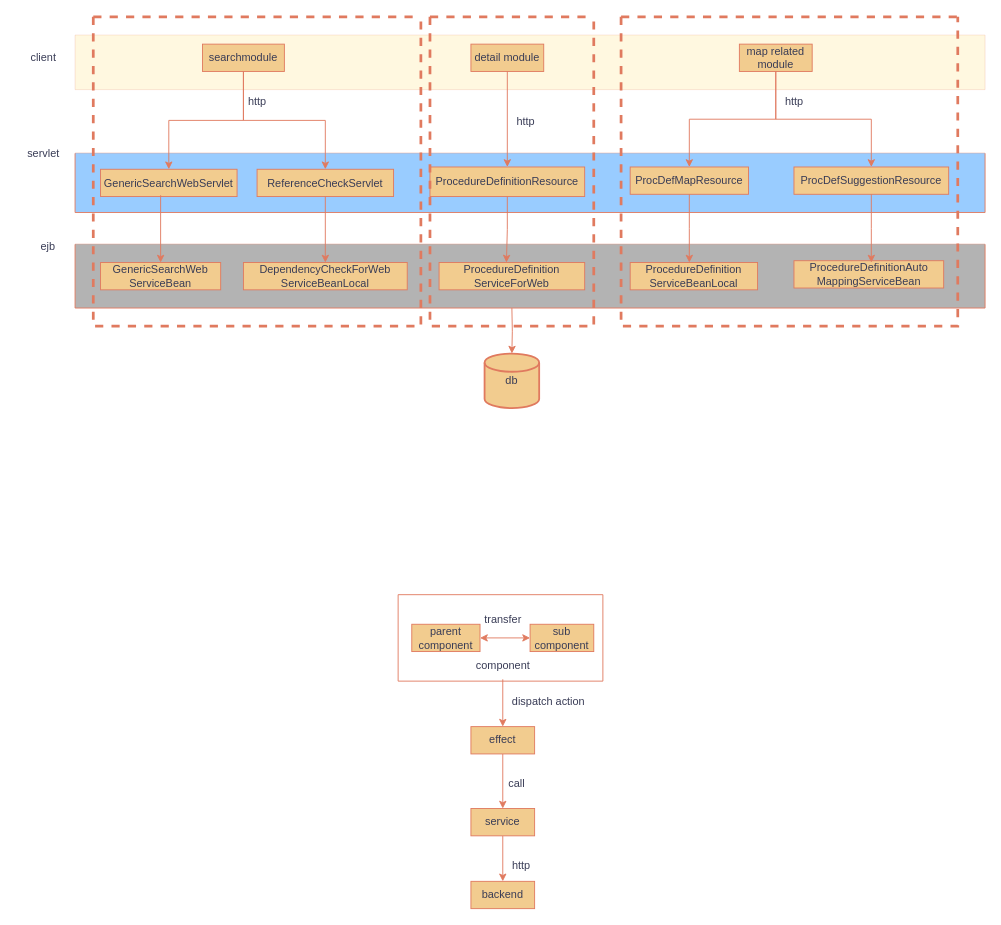
Earlier version of the draw.io diagram component.drawio (guo-fan/react_notes). Source tidied: cells renumbered, new cells numbered last; positions are measured from the earlier drawing's top-left corner, leaving out a move shared by most shapes. Both pictures are drawn from the tidied source at 91%, with x=0, y=0 at pixel (15, 16).
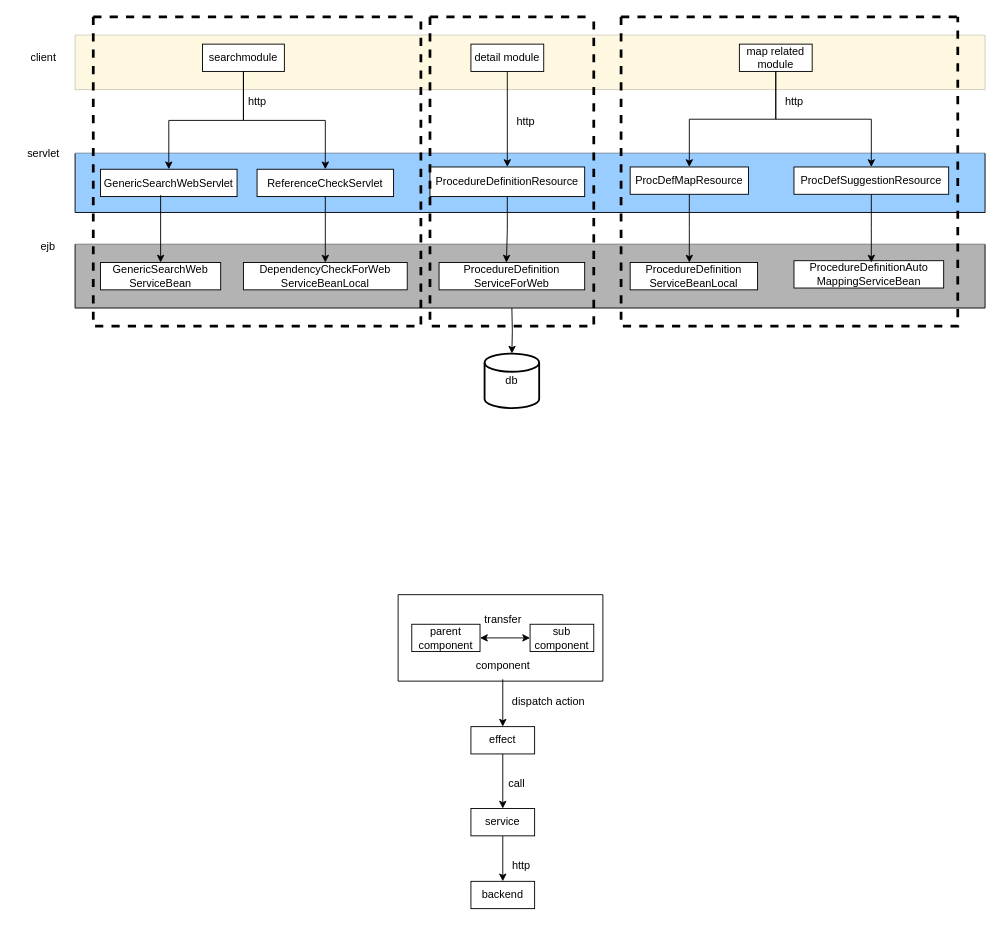
The same diagram, later.

What changed in the source:
```diff
@@
-    <mxCell id="2" style="swimlane;startSize=0;rounded=0;labelBackgroundColor=none;swimlaneFillColor=#FFD966;fillStyle=auto;shadow=0;textShadow=0;glass=0;opacity=20;fillColor=#F2CC8F;strokeColor=#E07A5F;fontColor=#393C56;" parent="1" vertex="1">
+    <mxCell id="2" style="swimlane;startSize=0;rounded=0;labelBackgroundColor=none;swimlaneFillColor=#FFD966;fillStyle=auto;shadow=0;textShadow=0;glass=0;opacity=20;" parent="1" vertex="1">
       <mxGeometry x="65" y="20" width="1000" height="60" as="geometry" />
     </mxCell>
-    <mxCell id="3" value="searchmodule" style="rounded=0;whiteSpace=wrap;html=1;labelBackgroundColor=none;fillColor=#F2CC8F;strokeColor=#E07A5F;fontColor=#393C56;" parent="2" vertex="1">
+    <mxCell id="3" value="searchmodule" style="rounded=0;whiteSpace=wrap;html=1;labelBackgroundColor=none;" parent="2" vertex="1">
       <mxGeometry x="140" y="10" width="90" height="30" as="geometry" />
     </mxCell>
-    <mxCell id="4" value="detail module" style="rounded=0;whiteSpace=wrap;html=1;labelBackgroundColor=none;fillColor=#F2CC8F;strokeColor=#E07A5F;fontColor=#393C56;" parent="2" vertex="1">
+    <mxCell id="4" value="detail module" style="rounded=0;whiteSpace=wrap;html=1;labelBackgroundColor=none;" parent="2" vertex="1">
       <mxGeometry x="435" y="10" width="80" height="30" as="geometry" />
     </mxCell>
-    <mxCell id="5" value="map related module" style="rounded=0;whiteSpace=wrap;html=1;labelBackgroundColor=none;fillColor=#F2CC8F;strokeColor=#E07A5F;fontColor=#393C56;" parent="2" vertex="1">
+    <mxCell id="5" value="map related module" style="rounded=0;whiteSpace=wrap;html=1;labelBackgroundColor=none;" parent="2" vertex="1">
       <mxGeometry x="730" y="10" width="80" height="30" as="geometry" />
     </mxCell>
-    <mxCell id="6" value="client" style="text;html=1;align=center;verticalAlign=middle;strokeColor=none;fillColor=none;rounded=0;labelBackgroundColor=none;fontColor=#393C56;" parent="1" vertex="1">
+    <mxCell id="6" value="client" style="text;html=1;align=center;verticalAlign=middle;strokeColor=none;fillColor=none;rounded=0;labelBackgroundColor=none;" parent="1" vertex="1">
       <mxGeometry x="5" y="30" width="50" height="30" as="geometry" />
     </mxCell>
-    <mxCell id="7" style="swimlane;startSize=0;rounded=0;labelBackgroundColor=none;swimlaneFillColor=#99CCFF;fillColor=#F2CC8F;strokeColor=#E07A5F;fontColor=#393C56;" parent="1" vertex="1">
+    <mxCell id="7" style="swimlane;startSize=0;rounded=0;labelBackgroundColor=none;swimlaneFillColor=#99CCFF;" parent="1" vertex="1">
       <mxGeometry x="65" y="150" width="1000" height="65" as="geometry" />
     </mxCell>
-    <mxCell id="8" value="GenericSearchWebServlet" style="rounded=0;whiteSpace=wrap;html=1;labelBackgroundColor=none;fillColor=#F2CC8F;strokeColor=#E07A5F;fontColor=#393C56;" parent="7" vertex="1">
+    <mxCell id="8" value="GenericSearchWebServlet" style="rounded=0;whiteSpace=wrap;html=1;labelBackgroundColor=none;" parent="7" vertex="1">
       <mxGeometry x="28" y="17.5" width="150" height="30" as="geometry" />
     </mxCell>
-    <mxCell id="9" value="ReferenceCheckServlet" style="rounded=0;whiteSpace=wrap;html=1;labelBackgroundColor=none;fillColor=#F2CC8F;strokeColor=#E07A5F;fontColor=#393C56;" parent="7" vertex="1">
+    <mxCell id="9" value="ReferenceCheckServlet" style="rounded=0;whiteSpace=wrap;html=1;labelBackgroundColor=none;" parent="7" vertex="1">
       <mxGeometry x="200" y="17.5" width="150" height="30" as="geometry" />
     </mxCell>
-    <mxCell id="10" value="ProcedureDefinitionResource" style="rounded=0;whiteSpace=wrap;html=1;labelBackgroundColor=none;fillColor=#F2CC8F;strokeColor=#E07A5F;fontColor=#393C56;" parent="7" vertex="1">
+    <mxCell id="10" value="ProcedureDefinitionResource" style="rounded=0;whiteSpace=wrap;html=1;labelBackgroundColor=none;" parent="7" vertex="1">
       <mxGeometry x="390" y="15" width="170" height="32.5" as="geometry" />
     </mxCell>
-    <mxCell id="11" value="ProcDefMapResource" style="rounded=0;whiteSpace=wrap;html=1;labelBackgroundColor=none;fillColor=#F2CC8F;strokeColor=#E07A5F;fontColor=#393C56;" parent="7" vertex="1">
+    <mxCell id="11" value="ProcDefMapResource" style="rounded=0;whiteSpace=wrap;html=1;labelBackgroundColor=none;" parent="7" vertex="1">
       <mxGeometry x="610" y="15" width="130" height="30" as="geometry" />
     </mxCell>
-    <mxCell id="12" value="ProcDefSuggestionResource" style="rounded=0;whiteSpace=wrap;html=1;labelBackgroundColor=none;fillColor=#F2CC8F;strokeColor=#E07A5F;fontColor=#393C56;" parent="7" vertex="1">
+    <mxCell id="12" value="ProcDefSuggestionResource" style="rounded=0;whiteSpace=wrap;html=1;labelBackgroundColor=none;" parent="7" vertex="1">
       <mxGeometry x="790" y="15" width="170" height="30" as="geometry" />
     </mxCell>
-    <mxCell id="13" value="servlet" style="text;html=1;align=center;verticalAlign=middle;strokeColor=none;fillColor=none;rounded=0;labelBackgroundColor=none;fontColor=#393C56;" parent="1" vertex="1">
+    <mxCell id="13" value="servlet" style="text;html=1;align=center;verticalAlign=middle;strokeColor=none;fillColor=none;rounded=0;labelBackgroundColor=none;" parent="1" vertex="1">
       <mxGeometry y="135" width="60" height="30" as="geometry" />
     </mxCell>
-    <mxCell id="14" style="edgeStyle=orthogonalEdgeStyle;rounded=0;jettySize=auto;html=1;labelBackgroundColor=none;fontColor=default;strokeColor=#E07A5F;" parent="1" edge="1" target="22">
+    <mxCell id="14" style="edgeStyle=orthogonalEdgeStyle;rounded=0;jettySize=auto;html=1;labelBackgroundColor=none;fontColor=default;" parent="1" edge="1" target="22">
       <mxGeometry relative="1" as="geometry">
         <mxPoint x="545" y="320" as="sourcePoint" />
       </mxGeometry>
     </mxCell>
-    <mxCell id="15" style="swimlane;startSize=0;rounded=0;labelBackgroundColor=none;swimlaneFillColor=#B3B3B3;fillColor=#F2CC8F;strokeColor=#E07A5F;fontColor=#393C56;" parent="1" vertex="1">
+    <mxCell id="15" style="swimlane;startSize=0;rounded=0;labelBackgroundColor=none;swimlaneFillColor=#B3B3B3;" parent="1" vertex="1">
       <mxGeometry x="65" y="250" width="1000" height="70" as="geometry" />
     </mxCell>
-    <mxCell id="16" value="GenericSearchWeb&lt;br&gt;ServiceBean" style="rounded=0;whiteSpace=wrap;html=1;labelBackgroundColor=none;fillColor=#F2CC8F;strokeColor=#E07A5F;fontColor=#393C56;" parent="15" vertex="1">
+    <mxCell id="16" value="GenericSearchWeb&lt;br&gt;ServiceBean" style="rounded=0;whiteSpace=wrap;html=1;labelBackgroundColor=none;" parent="15" vertex="1">
       <mxGeometry x="28" y="20" width="132" height="30" as="geometry" />
     </mxCell>
-    <mxCell id="17" value="DependencyCheckForWeb&lt;br&gt;ServiceBeanLocal" style="rounded=0;whiteSpace=wrap;html=1;labelBackgroundColor=none;fillColor=#F2CC8F;strokeColor=#E07A5F;fontColor=#393C56;" parent="15" vertex="1">
+    <mxCell id="17" value="DependencyCheckForWeb&lt;br&gt;ServiceBeanLocal" style="rounded=0;whiteSpace=wrap;html=1;labelBackgroundColor=none;" parent="15" vertex="1">
       <mxGeometry x="185" y="20" width="180" height="30" as="geometry" />
     </mxCell>
-    <mxCell id="18" value="ProcedureDefinition&lt;br&gt;ServiceForWeb" style="rounded=0;whiteSpace=wrap;html=1;labelBackgroundColor=none;fillColor=#F2CC8F;strokeColor=#E07A5F;fontColor=#393C56;" parent="15" vertex="1">
+    <mxCell id="18" value="ProcedureDefinition&lt;br&gt;ServiceForWeb" style="rounded=0;whiteSpace=wrap;html=1;labelBackgroundColor=none;" parent="15" vertex="1">
       <mxGeometry x="400" y="20" width="160" height="30" as="geometry" />
     </mxCell>
-    <mxCell id="19" value="ProcedureDefinition&lt;br&gt;ServiceBeanLocal" style="rounded=0;whiteSpace=wrap;html=1;labelBackgroundColor=none;fillColor=#F2CC8F;strokeColor=#E07A5F;fontColor=#393C56;" parent="15" vertex="1">
+    <mxCell id="19" value="ProcedureDefinition&lt;br&gt;ServiceBeanLocal" style="rounded=0;whiteSpace=wrap;html=1;labelBackgroundColor=none;" parent="15" vertex="1">
       <mxGeometry x="610" y="20" width="140" height="30" as="geometry" />
     </mxCell>
-    <mxCell id="20" value="ProcedureDefinitionAuto&lt;br&gt;MappingServiceBean" style="rounded=0;whiteSpace=wrap;html=1;labelBackgroundColor=none;fillColor=#F2CC8F;strokeColor=#E07A5F;fontColor=#393C56;" parent="15" vertex="1">
+    <mxCell id="20" value="ProcedureDefinitionAuto&lt;br&gt;MappingServiceBean" style="rounded=0;whiteSpace=wrap;html=1;labelBackgroundColor=none;" parent="15" vertex="1">
       <mxGeometry x="790" y="18" width="164.5" height="30" as="geometry" />
     </mxCell>
-    <mxCell id="21" value="ejb" style="text;html=1;align=center;verticalAlign=middle;strokeColor=none;fillColor=none;rounded=0;labelBackgroundColor=none;fontColor=#393C56;" parent="1" vertex="1">
+    <mxCell id="21" value="ejb" style="text;html=1;align=center;verticalAlign=middle;strokeColor=none;fillColor=none;rounded=0;labelBackgroundColor=none;" parent="1" vertex="1">
       <mxGeometry x="15" y="238" width="40" height="30" as="geometry" />
     </mxCell>
-    <mxCell id="22" value="db" style="strokeWidth=2;html=1;shape=mxgraph.flowchart.database;whiteSpace=wrap;rounded=0;labelBackgroundColor=none;fillColor=#F2CC8F;strokeColor=#E07A5F;fontColor=#393C56;" parent="1" vertex="1">
+    <mxCell id="22" value="db" style="strokeWidth=2;html=1;shape=mxgraph.flowchart.database;whiteSpace=wrap;rounded=0;labelBackgroundColor=none;" parent="1" vertex="1">
       <mxGeometry x="515" y="370" width="60" height="60" as="geometry" />
     </mxCell>
-    <mxCell id="23" style="edgeStyle=orthogonalEdgeStyle;rounded=0;jettySize=auto;html=1;labelBackgroundColor=none;fontColor=default;strokeColor=#E07A5F;" parent="1" edge="1" source="3" target="9">
+    <mxCell id="23" style="edgeStyle=orthogonalEdgeStyle;rounded=0;jettySize=auto;html=1;labelBackgroundColor=none;fontColor=default;" parent="1" edge="1" source="3" target="9">
       <mxGeometry relative="1" as="geometry" />
     </mxCell>
-    <mxCell id="24" style="edgeStyle=orthogonalEdgeStyle;rounded=0;jettySize=auto;html=1;labelBackgroundColor=none;fontColor=default;strokeColor=#E07A5F;" parent="1" edge="1" source="3" target="8">
+    <mxCell id="24" style="edgeStyle=orthogonalEdgeStyle;rounded=0;jettySize=auto;html=1;labelBackgroundColor=none;fontColor=default;" parent="1" edge="1" source="3" target="8">
       <mxGeometry relative="1" as="geometry" />
     </mxCell>
-    <mxCell id="25" style="edgeStyle=orthogonalEdgeStyle;rounded=0;jettySize=auto;html=1;entryX=0.5;entryY=0;entryDx=0;entryDy=0;labelBackgroundColor=none;fontColor=default;strokeColor=#E07A5F;" parent="1" edge="1" source="5" target="11">
+    <mxCell id="25" style="edgeStyle=orthogonalEdgeStyle;rounded=0;jettySize=auto;html=1;entryX=0.5;entryY=0;entryDx=0;entryDy=0;labelBackgroundColor=none;fontColor=default;" parent="1" edge="1" source="5" target="11">
       <mxGeometry relative="1" as="geometry" />
     </mxCell>
-    <mxCell id="26" style="edgeStyle=orthogonalEdgeStyle;rounded=0;jettySize=auto;html=1;labelBackgroundColor=none;fontColor=default;strokeColor=#E07A5F;" parent="1" edge="1" source="5" target="12">
+    <mxCell id="26" style="edgeStyle=orthogonalEdgeStyle;rounded=0;jettySize=auto;html=1;labelBackgroundColor=none;fontColor=default;" parent="1" edge="1" source="5" target="12">
       <mxGeometry relative="1" as="geometry" />
     </mxCell>
-    <mxCell id="27" style="edgeStyle=orthogonalEdgeStyle;rounded=0;jettySize=auto;html=1;labelBackgroundColor=none;fontColor=default;exitX=0.44;exitY=0.95;exitDx=0;exitDy=0;exitPerimeter=0;strokeColor=#E07A5F;" parent="1" edge="1" source="8" target="16">
+    <mxCell id="27" style="edgeStyle=orthogonalEdgeStyle;rounded=0;jettySize=auto;html=1;labelBackgroundColor=none;fontColor=default;exitX=0.44;exitY=0.95;exitDx=0;exitDy=0;exitPerimeter=0;" parent="1" edge="1" source="8" target="16">
       <mxGeometry relative="1" as="geometry" />
     </mxCell>
-    <mxCell id="28" style="edgeStyle=orthogonalEdgeStyle;rounded=0;jettySize=auto;html=1;entryX=0.5;entryY=0;entryDx=0;entryDy=0;labelBackgroundColor=none;fontColor=default;strokeColor=#E07A5F;" parent="1" edge="1" source="9" target="17">
+    <mxCell id="28" style="edgeStyle=orthogonalEdgeStyle;rounded=0;jettySize=auto;html=1;entryX=0.5;entryY=0;entryDx=0;entryDy=0;labelBackgroundColor=none;fontColor=default;" parent="1" edge="1" source="9" target="17">
       <mxGeometry relative="1" as="geometry" />
     </mxCell>
-    <mxCell id="29" style="edgeStyle=orthogonalEdgeStyle;rounded=0;jettySize=auto;html=1;labelBackgroundColor=none;fontColor=default;strokeColor=#E07A5F;" parent="1" edge="1" source="11">
+    <mxCell id="29" style="edgeStyle=orthogonalEdgeStyle;rounded=0;jettySize=auto;html=1;labelBackgroundColor=none;fontColor=default;" parent="1" edge="1" source="11">
       <mxGeometry relative="1" as="geometry">
         <mxPoint x="740" y="270" as="targetPoint" />
       </mxGeometry>
     </mxCell>
-    <mxCell id="30" style="edgeStyle=orthogonalEdgeStyle;rounded=0;jettySize=auto;html=1;labelBackgroundColor=none;fontColor=default;strokeColor=#E07A5F;" parent="1" edge="1" source="12">
+    <mxCell id="30" style="edgeStyle=orthogonalEdgeStyle;rounded=0;jettySize=auto;html=1;labelBackgroundColor=none;fontColor=default;" parent="1" edge="1" source="12">
       <mxGeometry relative="1" as="geometry">
         <mxPoint x="940" y="270" as="targetPoint" />
       </mxGeometry>
     </mxCell>
-    <mxCell id="31" style="edgeStyle=orthogonalEdgeStyle;rounded=0;jettySize=auto;html=1;labelBackgroundColor=none;fontColor=default;strokeColor=#E07A5F;" parent="1" edge="1" source="32" target="34">
+    <mxCell id="31" style="edgeStyle=orthogonalEdgeStyle;rounded=0;jettySize=auto;html=1;labelBackgroundColor=none;fontColor=default;" parent="1" edge="1" source="32" target="34">
       <mxGeometry relative="1" as="geometry" />
     </mxCell>
-    <mxCell id="32" value="effect" style="rounded=0;whiteSpace=wrap;html=1;labelBackgroundColor=none;fillColor=#F2CC8F;strokeColor=#E07A5F;fontColor=#393C56;" parent="1" vertex="1">
+    <mxCell id="32" value="effect" style="rounded=0;whiteSpace=wrap;html=1;labelBackgroundColor=none;" parent="1" vertex="1">
       <mxGeometry x="500" y="780" width="70" height="30" as="geometry" />
     </mxCell>
-    <mxCell id="33" style="edgeStyle=orthogonalEdgeStyle;rounded=0;jettySize=auto;html=1;labelBackgroundColor=none;fontColor=default;strokeColor=#E07A5F;" parent="1" edge="1" source="34" target="35">
+    <mxCell id="33" style="edgeStyle=orthogonalEdgeStyle;rounded=0;jettySize=auto;html=1;labelBackgroundColor=none;fontColor=default;" parent="1" edge="1" source="34" target="35">
       <mxGeometry relative="1" as="geometry" />
     </mxCell>
-    <mxCell id="34" value="service" style="rounded=0;whiteSpace=wrap;html=1;labelBackgroundColor=none;fillColor=#F2CC8F;strokeColor=#E07A5F;fontColor=#393C56;" parent="1" vertex="1">
+    <mxCell id="34" value="service" style="rounded=0;whiteSpace=wrap;html=1;labelBackgroundColor=none;" parent="1" vertex="1">
       <mxGeometry x="500" y="870" width="70" height="30" as="geometry" />
     </mxCell>
-    <mxCell id="35" value="backend" style="rounded=0;whiteSpace=wrap;html=1;labelBackgroundColor=none;fillColor=#F2CC8F;strokeColor=#E07A5F;fontColor=#393C56;" parent="1" vertex="1">
+    <mxCell id="35" value="backend" style="rounded=0;whiteSpace=wrap;html=1;labelBackgroundColor=none;" parent="1" vertex="1">
       <mxGeometry x="500" y="950" width="70" height="30" as="geometry" />
     </mxCell>
-    <mxCell id="36" style="swimlane;startSize=0;rounded=0;labelBackgroundColor=none;fillColor=#F2CC8F;strokeColor=#E07A5F;fontColor=#393C56;" parent="1" vertex="1">
+    <mxCell id="36" style="swimlane;startSize=0;rounded=0;labelBackgroundColor=none;" parent="1" vertex="1">
       <mxGeometry x="420" y="635" width="225" height="95" as="geometry" />
     </mxCell>
-    <mxCell id="37" value="parent&lt;br&gt;component" style="rounded=0;whiteSpace=wrap;html=1;labelBackgroundColor=none;fillColor=#F2CC8F;strokeColor=#E07A5F;fontColor=#393C56;" parent="36" vertex="1">
+    <mxCell id="37" value="parent&lt;br&gt;component" style="rounded=0;whiteSpace=wrap;html=1;labelBackgroundColor=none;" parent="36" vertex="1">
       <mxGeometry x="15" y="32.5" width="75" height="30" as="geometry" />
     </mxCell>
-    <mxCell id="38" value="sub&lt;br&gt;component" style="rounded=0;whiteSpace=wrap;html=1;labelBackgroundColor=none;fillColor=#F2CC8F;strokeColor=#E07A5F;fontColor=#393C56;" parent="36" vertex="1">
+    <mxCell id="38" value="sub&lt;br&gt;component" style="rounded=0;whiteSpace=wrap;html=1;labelBackgroundColor=none;" parent="36" vertex="1">
       <mxGeometry x="145" y="32.5" width="70" height="30" as="geometry" />
     </mxCell>
-    <mxCell id="39" style="endArrow=classic;startArrow=classic;html=1;rounded=0;exitX=1;exitY=0.5;exitDx=0;exitDy=0;entryX=0;entryY=0.5;entryDx=0;entryDy=0;labelBackgroundColor=none;fontColor=default;strokeColor=#E07A5F;" parent="36" edge="1" source="37" target="38">
+    <mxCell id="39" style="endArrow=classic;startArrow=classic;html=1;rounded=0;exitX=1;exitY=0.5;exitDx=0;exitDy=0;entryX=0;entryY=0.5;entryDx=0;entryDy=0;labelBackgroundColor=none;fontColor=default;" parent="36" edge="1" source="37" target="38">
       <mxGeometry relative="1" as="geometry" />
     </mxCell>
-    <mxCell id="40" value="component" style="text;html=1;align=center;verticalAlign=middle;strokeColor=none;fillColor=none;rounded=0;labelBackgroundColor=none;fontColor=#393C56;" parent="1" vertex="1">
+    <mxCell id="40" value="component" style="text;html=1;align=center;verticalAlign=middle;strokeColor=none;fillColor=none;rounded=0;labelBackgroundColor=none;" parent="1" vertex="1">
       <mxGeometry x="495" y="698" width="80" height="30" as="geometry" />
     </mxCell>
-    <mxCell id="41" style="edgeStyle=orthogonalEdgeStyle;rounded=0;orthogonalLoop=1;jettySize=auto;html=1;labelBackgroundColor=none;fontColor=default;strokeColor=#E07A5F;" parent="1" edge="1">
+    <mxCell id="41" style="edgeStyle=orthogonalEdgeStyle;rounded=0;orthogonalLoop=1;jettySize=auto;html=1;labelBackgroundColor=none;fontColor=default;" parent="1" edge="1">
       <mxGeometry relative="1" as="geometry">
         <mxPoint x="535" y="728" as="sourcePoint" />
         <mxPoint x="535" y="780" as="targetPoint" />
       </mxGeometry>
     </mxCell>
-    <mxCell id="42" value="dispatch action" style="text;html=1;align=center;verticalAlign=middle;strokeColor=none;fillColor=none;rounded=0;labelBackgroundColor=none;fontColor=#393C56;" parent="1" vertex="1">
+    <mxCell id="42" value="dispatch action" style="text;html=1;align=center;verticalAlign=middle;strokeColor=none;fillColor=none;rounded=0;labelBackgroundColor=none;" parent="1" vertex="1">
       <mxGeometry x="535" y="738" width="100" height="30" as="geometry" />
     </mxCell>
-    <mxCell id="43" value="call" style="text;html=1;align=center;verticalAlign=middle;strokeColor=none;fillColor=none;rounded=0;labelBackgroundColor=none;fontColor=#393C56;" parent="1" vertex="1">
+    <mxCell id="43" value="call" style="text;html=1;align=center;verticalAlign=middle;strokeColor=none;fillColor=none;rounded=0;labelBackgroundColor=none;" parent="1" vertex="1">
       <mxGeometry x="530" y="828" width="40" height="30" as="geometry" />
     </mxCell>
-    <mxCell id="44" value="http" style="text;html=1;align=center;verticalAlign=middle;strokeColor=none;fillColor=none;rounded=0;labelBackgroundColor=none;fontColor=#393C56;" parent="1" vertex="1">
+    <mxCell id="44" value="http" style="text;html=1;align=center;verticalAlign=middle;strokeColor=none;fillColor=none;rounded=0;labelBackgroundColor=none;" parent="1" vertex="1">
       <mxGeometry x="535" y="918" width="40" height="30" as="geometry" />
     </mxCell>
-    <mxCell id="45" value="transfer" style="text;html=1;align=center;verticalAlign=middle;strokeColor=none;fillColor=none;rounded=0;labelBackgroundColor=none;fontColor=#393C56;" parent="1" vertex="1">
+    <mxCell id="45" value="transfer" style="text;html=1;align=center;verticalAlign=middle;strokeColor=none;fillColor=none;rounded=0;labelBackgroundColor=none;" parent="1" vertex="1">
       <mxGeometry x="505" y="648" width="60" height="30" as="geometry" />
     </mxCell>
-    <mxCell id="46" style="edgeStyle=orthogonalEdgeStyle;rounded=0;jettySize=auto;html=1;fontColor=default;labelBackgroundColor=none;strokeColor=#E07A5F;" parent="1" edge="1" source="10">
+    <mxCell id="46" style="edgeStyle=orthogonalEdgeStyle;rounded=0;jettySize=auto;html=1;fontColor=default;labelBackgroundColor=none;" parent="1" edge="1" source="10">
       <mxGeometry relative="1" as="geometry">
         <mxPoint x="539" y="270" as="targetPoint" />
       </mxGeometry>
     </mxCell>
-    <mxCell id="47" style="edgeStyle=orthogonalEdgeStyle;rounded=0;jettySize=auto;html=1;labelBackgroundColor=none;strokeColor=#E07A5F;fontColor=default;" parent="1" edge="1" source="4" target="10">
+    <mxCell id="47" style="edgeStyle=orthogonalEdgeStyle;rounded=0;jettySize=auto;html=1;labelBackgroundColor=none;fontColor=default;" parent="1" edge="1" source="4" target="10">
       <mxGeometry relative="1" as="geometry" />
     </mxCell>
-    <mxCell id="48" style="swimlane;startSize=0;dashed=1;fillColor=#F2CC8F;strokeColor=#E07A5F;strokeWidth=3;labelBackgroundColor=none;fontColor=#393C56;" parent="1" vertex="1">
+    <mxCell id="48" style="swimlane;startSize=0;dashed=1;strokeWidth=3;labelBackgroundColor=none;" parent="1" vertex="1">
       <mxGeometry x="85" width="360" height="340" as="geometry" />
     </mxCell>
-    <mxCell id="49" style="swimlane;startSize=0;dashed=1;strokeColor=#E07A5F;strokeWidth=3;labelBackgroundColor=none;fillColor=#F2CC8F;fontColor=#393C56;" parent="1" vertex="1">
+    <mxCell id="49" style="swimlane;startSize=0;dashed=1;strokeWidth=3;labelBackgroundColor=none;" parent="1" vertex="1">
       <mxGeometry x="455" width="180" height="340" as="geometry" />
     </mxCell>
-    <mxCell id="50" value="http" style="text;html=1;align=center;verticalAlign=middle;strokeColor=none;fillColor=none;labelBackgroundColor=none;fontColor=#393C56;" parent="49" vertex="1">
+    <mxCell id="50" value="http" style="text;html=1;align=center;verticalAlign=middle;strokeColor=none;fillColor=none;labelBackgroundColor=none;" parent="49" vertex="1">
       <mxGeometry x="85" y="100" width="40" height="30" as="geometry" />
     </mxCell>
-    <mxCell id="51" style="swimlane;startSize=0;dashed=1;strokeWidth=3;labelBackgroundColor=none;fillColor=#F2CC8F;strokeColor=#E07A5F;fontColor=#393C56;" parent="1" vertex="1">
+    <mxCell id="51" style="swimlane;startSize=0;dashed=1;strokeWidth=3;labelBackgroundColor=none;" parent="1" vertex="1">
       <mxGeometry x="665" width="370" height="340" as="geometry" />
     </mxCell>
-    <mxCell id="52" value="http" style="text;html=1;align=center;verticalAlign=middle;strokeColor=none;fillColor=none;labelBackgroundColor=none;fontColor=#393C56;" parent="1" vertex="1">
+    <mxCell id="52" value="http" style="text;html=1;align=center;verticalAlign=middle;strokeColor=none;fillColor=none;labelBackgroundColor=none;" parent="1" vertex="1">
       <mxGeometry x="245" y="78" width="40" height="30" as="geometry" />
     </mxCell>
-    <mxCell id="53" value="http" style="text;html=1;align=center;verticalAlign=middle;strokeColor=none;fillColor=none;labelBackgroundColor=none;fontColor=#393C56;" parent="1" vertex="1">
+    <mxCell id="53" value="http" style="text;html=1;align=center;verticalAlign=middle;strokeColor=none;fillColor=none;labelBackgroundColor=none;" parent="1" vertex="1">
       <mxGeometry x="835" y="78" width="40" height="30" as="geometry" />
     </mxCell>
```
